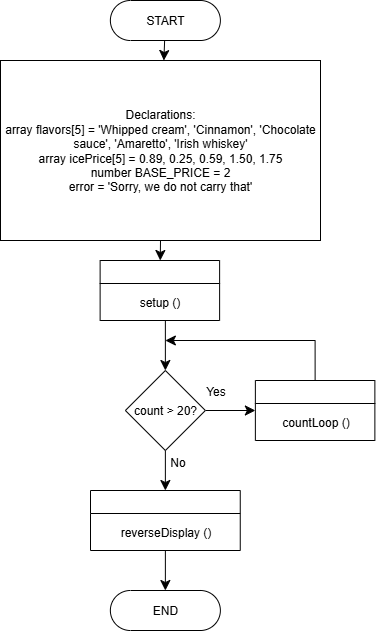
The draw.io diagram Module 7 - Arrays Exercise 2 - Connor Bowles.drawio.png in CBowles10/SDEV_120_FALL2025_CBOWLES, before a commit. Source tidied: cells renumbered, new cells last; positions are measured from the earlier drawing's top-left corner, leaving out a move shared by most shapes.
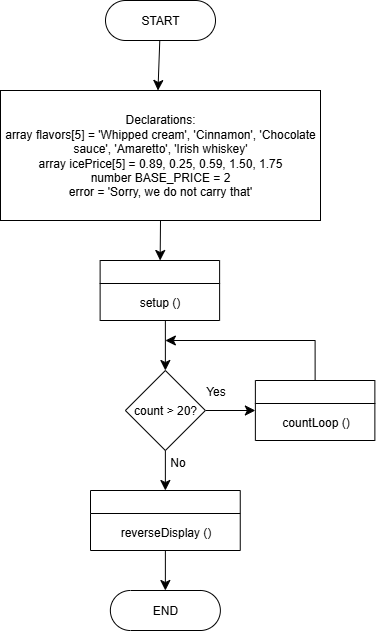
After the change.

What changed in the source:
```diff
@@ -2,17 +2,19 @@
   <root>
     <mxCell id="0" />
     <mxCell id="1" parent="0" />
-    <mxCell id="2" style="edgeStyle=none;curved=1;rounded=0;jettySize=auto;html=1;fontSize=12;startSize=8;endSize=8;" parent="1" edge="1" source="3" target="5">
-      <mxGeometry relative="1" as="geometry" />
+    <mxCell id="2" style="edgeStyle=none;curved=1;rounded=0;jettySize=auto;html=1;fontSize=12;startSize=8;endSize=8;" parent="1" edge="1" source="3">
+      <mxGeometry relative="1" as="geometry">
+        <mxPoint x="157.5" y="90" as="targetPoint" />
+      </mxGeometry>
     </mxCell>
     <mxCell id="3" value="START" style="rounded=1;whiteSpace=wrap;html=1;arcSize=50;" parent="1" vertex="1">
-      <mxGeometry x="109.9" width="110" height="40" as="geometry" />
+      <mxGeometry x="105" width="110" height="40" as="geometry" />
     </mxCell>
     <mxCell id="4" style="edgeStyle=none;curved=1;rounded=0;jettySize=auto;html=1;exitX=0.5;exitY=1;exitDx=0;exitDy=0;fontSize=12;startSize=8;endSize=8;" parent="1" edge="1" source="5" target="15">
       <mxGeometry relative="1" as="geometry" />
     </mxCell>
     <mxCell id="5" value="Declarations:&lt;div&gt;array flavors[5] = 'Whipped cream', 'Cinnamon', 'Chocolate sauce', 'Amaretto', 'Irish whiskey'&lt;br&gt;array icePrice[5] = 0.89, 0.25, 0.59, 1.50, 1.75&lt;br&gt;number BASE_PRICE = 2&lt;br&gt;error = 'Sorry, we do not carry that'&lt;/div&gt;" style="rounded=0;whiteSpace=wrap;html=1;" parent="1" vertex="1">
-      <mxGeometry y="60" width="320" height="180" as="geometry" />
+      <mxGeometry y="90" width="320" height="130" as="geometry" />
     </mxCell>
     <mxCell id="6" style="edgeStyle=none;curved=1;rounded=0;jettySize=auto;html=1;fontSize=12;startSize=8;endSize=8;entryX=0;entryY=0.5;entryDx=0;entryDy=0;" parent="1" edge="1" source="10" target="12">
       <mxGeometry relative="1" as="geometry" />
```
